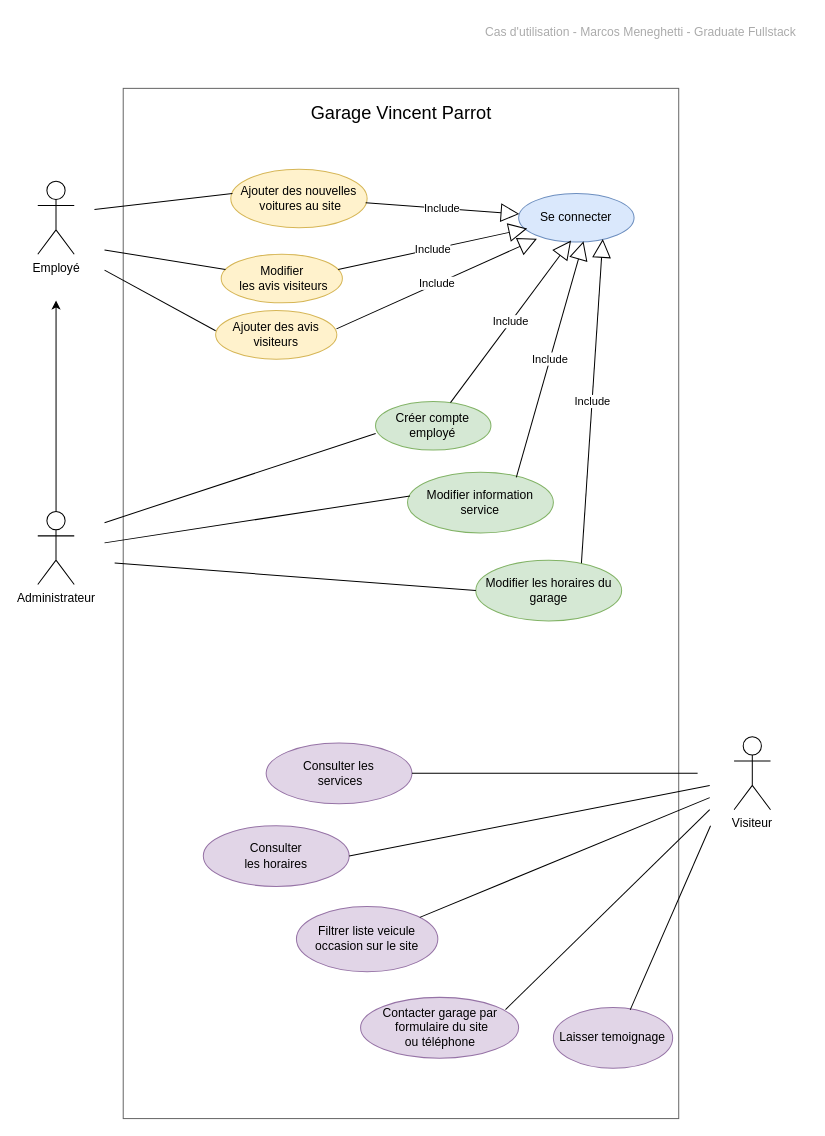
Earlier version of the draw.io diagram diagrammes/CAS UTILISATION.drawio (MarcosMene/garage_parrot). Source tidied: cells renumbered, new cells numbered last; positions are measured from the earlier drawing's top-left corner, leaving out a move shared by most shapes. Both pictures are drawn from the tidied source at 101%, with x=0, y=0 at pixel (37, 17).
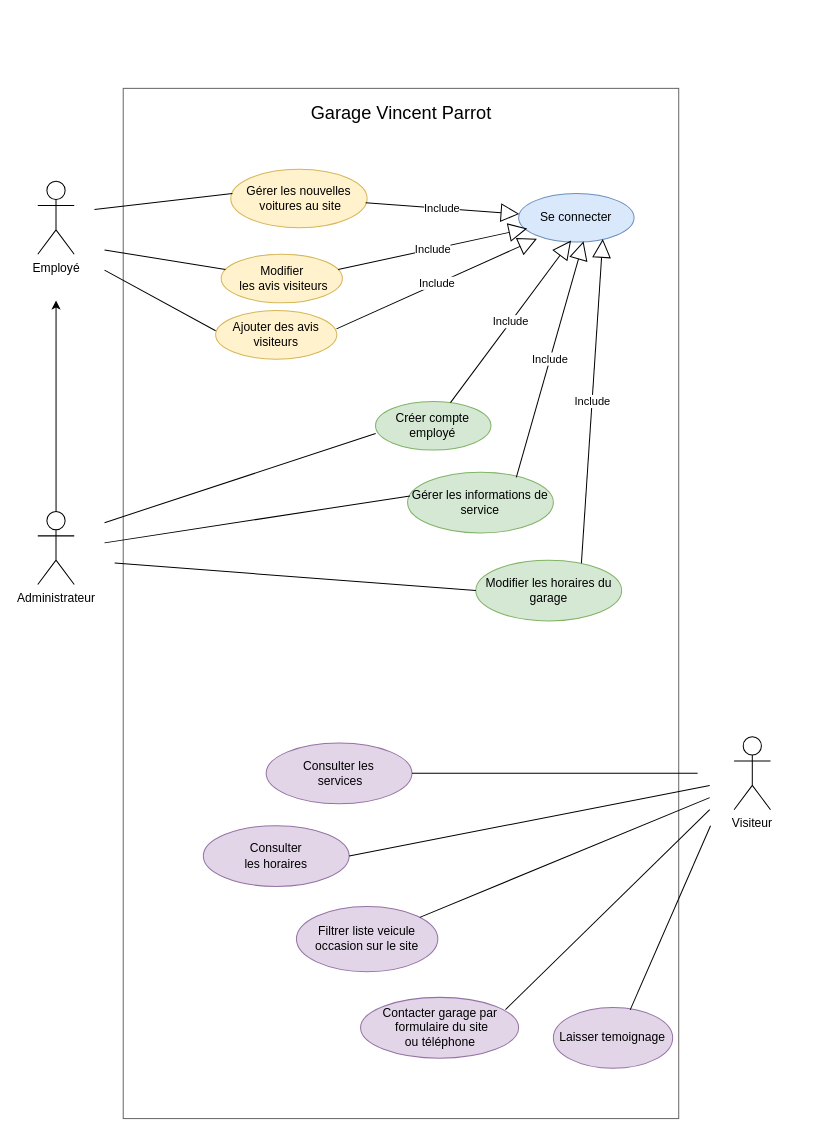
After the change.

The edit, as a diff of the source:
```diff
@@
-    <mxCell id="11" value="Modifier information service" style="ellipse;whiteSpace=wrap;html=1;fillColor=#d5e8d4;strokeColor=#82b366;" parent="1" vertex="1">
+    <mxCell id="11" value="Gérer les informations de service" style="ellipse;whiteSpace=wrap;html=1;fillColor=#d5e8d4;strokeColor=#82b366;" parent="1" vertex="1">
       <mxGeometry x="366" y="450" width="144.4" height="60.2" as="geometry" />
     </mxCell>
@@
-    <mxCell id="23" value="Ajouter des nouvelles&lt;br&gt;&amp;nbsp;voitures au site" style="ellipse;whiteSpace=wrap;html=1;fillColor=#fff2cc;strokeColor=#d6b656;" parent="1" vertex="1">
+    <mxCell id="23" value="Gérer les nouvelles&lt;br&gt;&amp;nbsp;voitures au site" style="ellipse;whiteSpace=wrap;html=1;fillColor=#fff2cc;strokeColor=#d6b656;" parent="1" vertex="1">
       <mxGeometry x="191" y="150" width="135" height="58.1" as="geometry" />
     </mxCell>
@@
-    <mxCell id="32" value="&lt;font color=&quot;#ababab&quot;&gt;Cas d'utilisation - Marcos Meneghetti - Graduate Fullstack&lt;/font&gt;" style="text;html=1;strokeColor=none;fillColor=none;align=center;verticalAlign=middle;whiteSpace=wrap;rounded=0;" parent="1" vertex="1">
-      <mxGeometry x="432" width="330" height="30" as="geometry" />
-    </mxCell>
```
